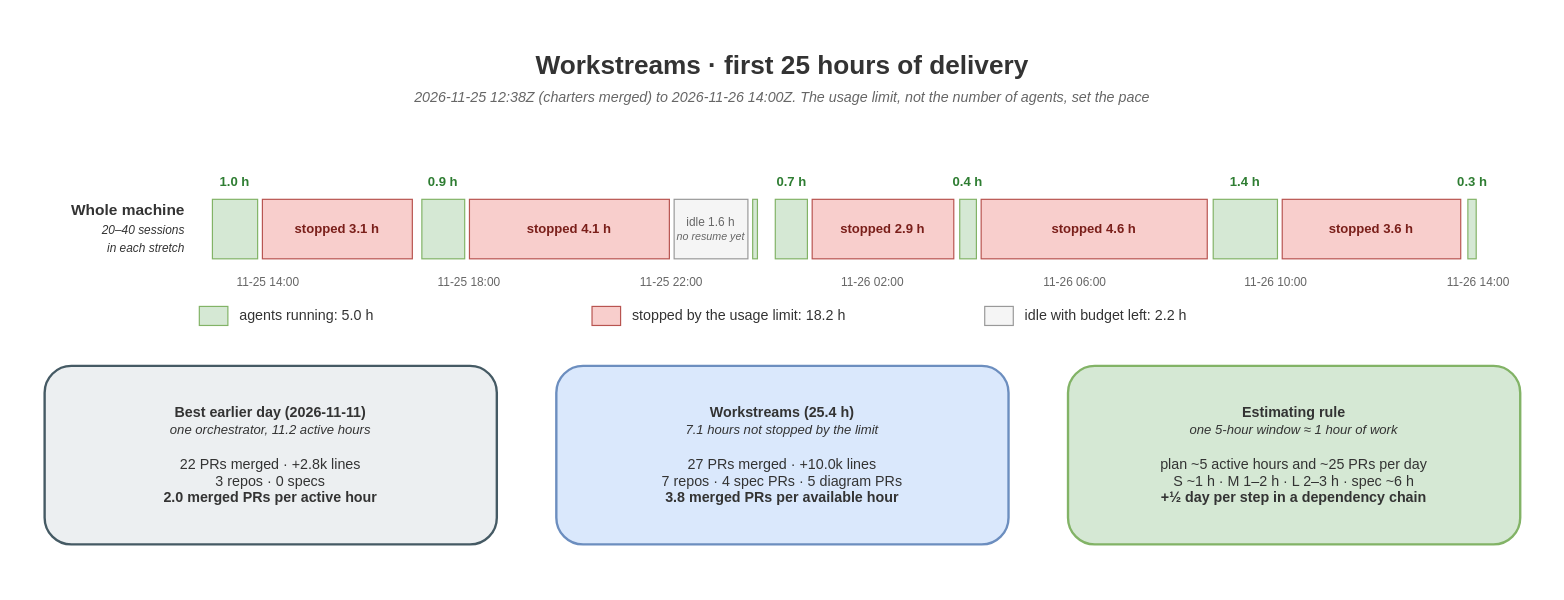
Above: factory-loop/diagrams/delivery-throughput-2026-11.drawio in crucibledx/assets (draw.io), before the change. Source tidied: cells renumbered, new cells numbered last; positions are measured from the earlier drawing's top-left corner, leaving out a move shared by most shapes. Both pictures are drawn from the tidied source at 119%, with x=0, y=0 at pixel (20, 20).
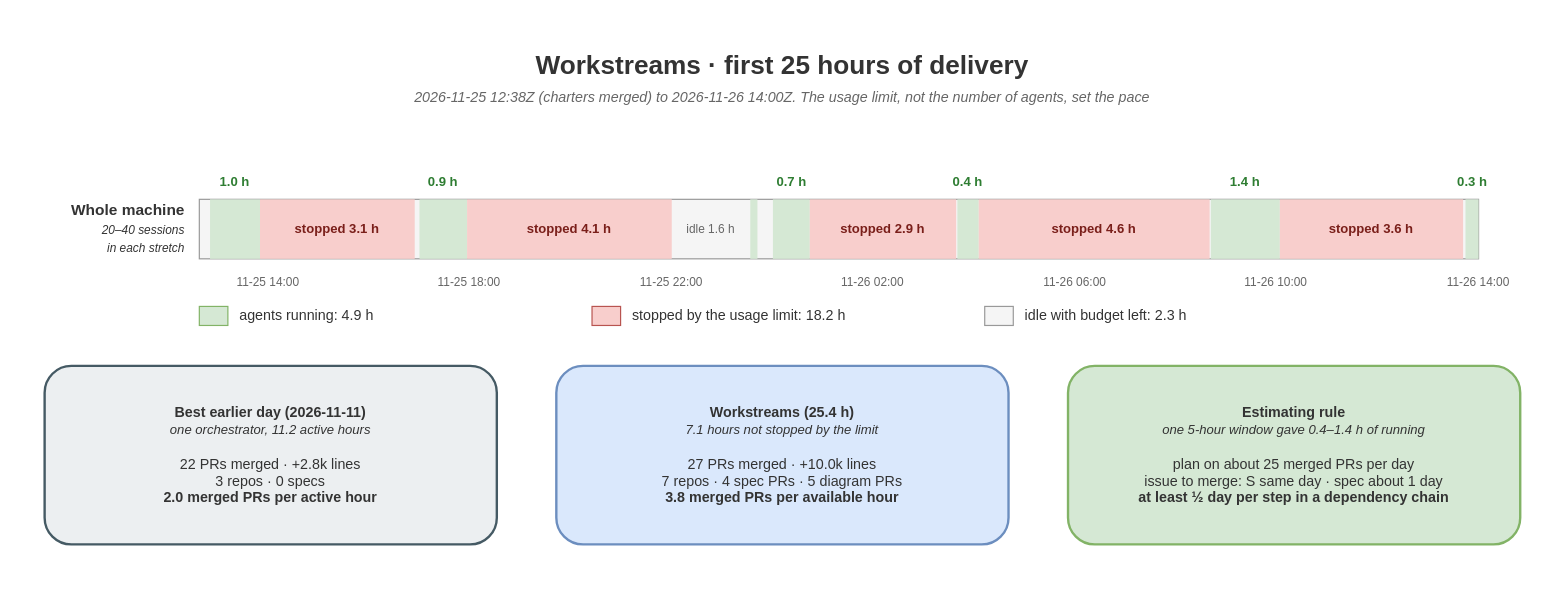
After the change.

Commit message (it also covers changes not shown here):
diagrams: draw every interval of the throughput timeline to scale

Each running, stopped and idle interval now spans its full elapsed time on
one idle lane (4.9 h running, 18.2 h stopped, 2.3 h idle), and the totals
and the estimating box match the corrected research doc.

What changed in the source:
```diff
@@
-    <mxCell id="6" style="fillColor=#d5e8d4;strokeColor=#82b366;html=1;strokeWidth=1;" parent="1" vertex="1">
-      <mxGeometry x="161" y="150" width="38" height="50" as="geometry" />
+    <mxCell id="6" style="fillColor=#f5f5f5;strokeColor=#999999;html=1;strokeWidth=1;" parent="1" vertex="1">
+      <mxGeometry x="150" y="150" width="1075" height="50" as="geometry" />
     </mxCell>
-    <mxCell id="7" value="1.0 h" style="text;html=1;whiteSpace=wrap;align=center;verticalAlign=middle;fontColor=#333333;fontSize=11;fontStyle=1;fontColor=#2e7d32;" parent="1" vertex="1">
-      <mxGeometry x="150" y="125" width="60" height="20" as="geometry" />
+    <mxCell id="7" style="fillColor=#d5e8d4;strokeColor=none;html=1;" parent="1" vertex="1">
+      <mxGeometry x="159" y="150" width="42" height="50" as="geometry" />
     </mxCell>
-    <mxCell id="8" style="fillColor=#f8cecc;strokeColor=#b85450;html=1;strokeWidth=1;" parent="1" vertex="1">
-      <mxGeometry x="203" y="150" width="126" height="50" as="geometry" />
+    <mxCell id="8" value="1.0 h" style="text;html=1;whiteSpace=wrap;align=center;verticalAlign=middle;fontColor=#333333;fontSize=11;fontStyle=1;fontColor=#2e7d32;" parent="1" vertex="1">
+      <mxGeometry x="150" y="125" width="60" height="20" as="geometry" />
     </mxCell>
-    <mxCell id="9" value="stopped 3.1 h" style="text;html=1;whiteSpace=wrap;align=center;verticalAlign=middle;fontColor=#333333;fontSize=11;fontStyle=1;fontColor=#7a1f1a;" parent="1" vertex="1">
-      <mxGeometry x="203" y="165" width="126" height="20" as="geometry" />
+    <mxCell id="9" style="fillColor=#f8cecc;strokeColor=none;html=1;" parent="1" vertex="1">
+      <mxGeometry x="201" y="150" width="130" height="50" as="geometry" />
     </mxCell>
-    <mxCell id="10" style="fillColor=#d5e8d4;strokeColor=#82b366;html=1;strokeWidth=1;" parent="1" vertex="1">
-      <mxGeometry x="337" y="150" width="36" height="50" as="geometry" />
+    <mxCell id="10" value="stopped 3.1 h" style="text;html=1;whiteSpace=wrap;align=center;verticalAlign=middle;fontColor=#333333;fontSize=11;fontStyle=1;fontColor=#7a1f1a;" parent="1" vertex="1">
+      <mxGeometry x="201" y="165" width="130" height="20" as="geometry" />
     </mxCell>
-    <mxCell id="11" value="0.9 h" style="text;html=1;whiteSpace=wrap;align=center;verticalAlign=middle;fontColor=#333333;fontSize=11;fontStyle=1;fontColor=#2e7d32;" parent="1" vertex="1">
-      <mxGeometry x="325" y="125" width="60" height="20" as="geometry" />
+    <mxCell id="11" style="fillColor=#d5e8d4;strokeColor=none;html=1;" parent="1" vertex="1">
+      <mxGeometry x="335" y="150" width="40" height="50" as="geometry" />
     </mxCell>
-    <mxCell id="12" style="fillColor=#f8cecc;strokeColor=#b85450;html=1;strokeWidth=1;" parent="1" vertex="1">
-      <mxGeometry x="377" y="150" width="168" height="50" as="geometry" />
+    <mxCell id="12" value="0.9 h" style="text;html=1;whiteSpace=wrap;align=center;verticalAlign=middle;fontColor=#333333;fontSize=11;fontStyle=1;fontColor=#2e7d32;" parent="1" vertex="1">
+      <mxGeometry x="325" y="125" width="60" height="20" as="geometry" />
     </mxCell>
-    <mxCell id="13" value="stopped 4.1 h" style="text;html=1;whiteSpace=wrap;align=center;verticalAlign=middle;fontColor=#333333;fontSize=11;fontStyle=1;fontColor=#7a1f1a;" parent="1" vertex="1">
-      <mxGeometry x="377" y="165" width="168" height="20" as="geometry" />
+    <mxCell id="13" style="fillColor=#f8cecc;strokeColor=none;html=1;" parent="1" vertex="1">
+      <mxGeometry x="375" y="150" width="172" height="50" as="geometry" />
     </mxCell>
-    <mxCell id="14" style="fillColor=#f5f5f5;strokeColor=#999999;html=1;strokeWidth=1;" parent="1" vertex="1">
-      <mxGeometry x="549" y="150" width="62" height="50" as="geometry" />
+    <mxCell id="14" value="stopped 4.1 h" style="text;html=1;whiteSpace=wrap;align=center;verticalAlign=middle;fontColor=#333333;fontSize=11;fontStyle=1;fontColor=#7a1f1a;" parent="1" vertex="1">
+      <mxGeometry x="375" y="165" width="172" height="20" as="geometry" />
     </mxCell>
-    <mxCell id="15" value="idle 1.6 h&lt;br&gt;&lt;i style=&quot;font-size:9px&quot;&gt;no resume yet&lt;/i&gt;" style="text;html=1;whiteSpace=wrap;align=center;verticalAlign=middle;fontColor=#333333;fontSize=10;fontColor=#666666;" parent="1" vertex="1">
-      <mxGeometry x="549" y="160" width="62" height="30" as="geometry" />
+    <mxCell id="15" value="idle 1.6 h" style="text;html=1;whiteSpace=wrap;align=center;verticalAlign=middle;fontColor=#333333;fontSize=10;fontColor=#666666;" parent="1" vertex="1">
+      <mxGeometry x="551" y="160" width="58" height="30" as="geometry" />
     </mxCell>
-    <mxCell id="16" style="fillColor=#d5e8d4;strokeColor=#82b366;html=1;strokeWidth=1;" parent="1" vertex="1">
-      <mxGeometry x="615" y="150" width="4" height="50" as="geometry" />
+    <mxCell id="16" style="fillColor=#d5e8d4;strokeColor=none;html=1;" parent="1" vertex="1">
+      <mxGeometry x="613" y="150" width="6" height="50" as="geometry" />
     </mxCell>
-    <mxCell id="17" style="fillColor=#d5e8d4;strokeColor=#82b366;html=1;strokeWidth=1;" parent="1" vertex="1">
-      <mxGeometry x="634" y="150" width="27" height="50" as="geometry" />
+    <mxCell id="17" style="fillColor=#d5e8d4;strokeColor=none;html=1;" parent="1" vertex="1">
+      <mxGeometry x="632" y="150" width="31" height="50" as="geometry" />
     </mxCell>
@@
-    <mxCell id="19" style="fillColor=#f8cecc;strokeColor=#b85450;html=1;strokeWidth=1;" parent="1" vertex="1">
-      <mxGeometry x="665" y="150" width="119" height="50" as="geometry" />
+    <mxCell id="19" style="fillColor=#f8cecc;strokeColor=none;html=1;" parent="1" vertex="1">
+      <mxGeometry x="663" y="150" width="123" height="50" as="geometry" />
     </mxCell>
     <mxCell id="20" value="stopped 2.9 h" style="text;html=1;whiteSpace=wrap;align=center;verticalAlign=middle;fontColor=#333333;fontSize=11;fontStyle=1;fontColor=#7a1f1a;" parent="1" vertex="1">
-      <mxGeometry x="665" y="165" width="119" height="20" as="geometry" />
+      <mxGeometry x="663" y="165" width="123" height="20" as="geometry" />
     </mxCell>
-    <mxCell id="21" style="fillColor=#d5e8d4;strokeColor=#82b366;html=1;strokeWidth=1;" parent="1" vertex="1">
-      <mxGeometry x="789" y="150" width="14" height="50" as="geometry" />
+    <mxCell id="21" style="fillColor=#d5e8d4;strokeColor=none;html=1;" parent="1" vertex="1">
+      <mxGeometry x="787" y="150" width="18" height="50" as="geometry" />
     </mxCell>
@@
-    <mxCell id="23" style="fillColor=#f8cecc;strokeColor=#b85450;html=1;strokeWidth=1;" parent="1" vertex="1">
-      <mxGeometry x="807" y="150" width="190" height="50" as="geometry" />
+    <mxCell id="23" style="fillColor=#f8cecc;strokeColor=none;html=1;" parent="1" vertex="1">
+      <mxGeometry x="805" y="150" width="194" height="50" as="geometry" />
     </mxCell>
     <mxCell id="24" value="stopped 4.6 h" style="text;html=1;whiteSpace=wrap;align=center;verticalAlign=middle;fontColor=#333333;fontSize=11;fontStyle=1;fontColor=#7a1f1a;" parent="1" vertex="1">
-      <mxGeometry x="807" y="165" width="190" height="20" as="geometry" />
+      <mxGeometry x="805" y="165" width="194" height="20" as="geometry" />
     </mxCell>
-    <mxCell id="25" style="fillColor=#d5e8d4;strokeColor=#82b366;html=1;strokeWidth=1;" parent="1" vertex="1">
-      <mxGeometry x="1002" y="150" width="54" height="50" as="geometry" />
+    <mxCell id="25" style="fillColor=#d5e8d4;strokeColor=none;html=1;" parent="1" vertex="1">
+      <mxGeometry x="1000" y="150" width="58" height="50" as="geometry" />
     </mxCell>
@@
-    <mxCell id="27" style="fillColor=#f8cecc;strokeColor=#b85450;html=1;strokeWidth=1;" parent="1" vertex="1">
-      <mxGeometry x="1060" y="150" width="150" height="50" as="geometry" />
+    <mxCell id="27" style="fillColor=#f8cecc;strokeColor=none;html=1;" parent="1" vertex="1">
+      <mxGeometry x="1058" y="150" width="154" height="50" as="geometry" />
     </mxCell>
     <mxCell id="28" value="stopped 3.6 h" style="text;html=1;whiteSpace=wrap;align=center;verticalAlign=middle;fontColor=#333333;fontSize=11;fontStyle=1;fontColor=#7a1f1a;" parent="1" vertex="1">
-      <mxGeometry x="1060" y="165" width="150" height="20" as="geometry" />
+      <mxGeometry x="1058" y="165" width="154" height="20" as="geometry" />
     </mxCell>
-    <mxCell id="29" style="fillColor=#d5e8d4;strokeColor=#82b366;html=1;strokeWidth=1;" parent="1" vertex="1">
-      <mxGeometry x="1216" y="150" width="7" height="50" as="geometry" />
+    <mxCell id="29" style="fillColor=#d5e8d4;strokeColor=none;html=1;" parent="1" vertex="1">
+      <mxGeometry x="1214" y="150" width="11" height="50" as="geometry" />
     </mxCell>
@@
-    <mxCell id="39" value="agents running: 5.0 h" style="text;html=1;whiteSpace=wrap;align=center;verticalAlign=middle;fontColor=#333333;fontSize=12;align=left;" parent="1" vertex="1">
+    <mxCell id="39" value="agents running: 4.9 h" style="text;html=1;whiteSpace=wrap;align=center;verticalAlign=middle;fontColor=#333333;fontSize=12;align=left;" parent="1" vertex="1">
       <mxGeometry x="182" y="238" width="280" height="20" as="geometry" />
     </mxCell>
@@
-    <mxCell id="43" value="idle with budget left: 2.2 h" style="text;html=1;whiteSpace=wrap;align=center;verticalAlign=middle;fontColor=#333333;fontSize=12;align=left;" parent="1" vertex="1">
+    <mxCell id="43" value="idle with budget left: 2.3 h" style="text;html=1;whiteSpace=wrap;align=center;verticalAlign=middle;fontColor=#333333;fontSize=12;align=left;" parent="1" vertex="1">
       <mxGeometry x="842" y="238" width="280" height="20" as="geometry" />
     </mxCell>
@@
-    <mxCell id="46" value="&lt;b&gt;Estimating rule&lt;/b&gt;&lt;br&gt;&lt;i style=&quot;font-size:11px&quot;&gt;one 5-hour window ≈ 1 hour of work&lt;/i&gt;&lt;br&gt;&lt;br&gt;plan ~5 active hours and ~25 PRs per day&lt;br&gt;S ~1 h · M 1–2 h · L 2–3 h · spec ~6 h&lt;br&gt;&lt;b&gt;+½ day per step in a dependency chain&lt;/b&gt;" style="rounded=1;whiteSpace=wrap;html=1;strokeWidth=2;fontSize=12;fontColor=#333333;fillColor=#d5e8d4;strokeColor=#82b366;" parent="1" vertex="1">
+    <mxCell id="46" value="&lt;b&gt;Estimating rule&lt;/b&gt;&lt;br&gt;&lt;i style=&quot;font-size:11px&quot;&gt;one 5-hour window gave 0.4–1.4 h of running&lt;/i&gt;&lt;br&gt;&lt;br&gt;plan on about 25 merged PRs per day&lt;br&gt;issue to merge: S same day · spec about 1 day&lt;br&gt;&lt;b&gt;at least ½ day per step in a dependency chain&lt;/b&gt;" style="rounded=1;whiteSpace=wrap;html=1;strokeWidth=2;fontSize=12;fontColor=#333333;fillColor=#d5e8d4;strokeColor=#82b366;" parent="1" vertex="1">
       <mxGeometry x="880" y="290" width="380" height="150" as="geometry" />
     </mxCell>
```
